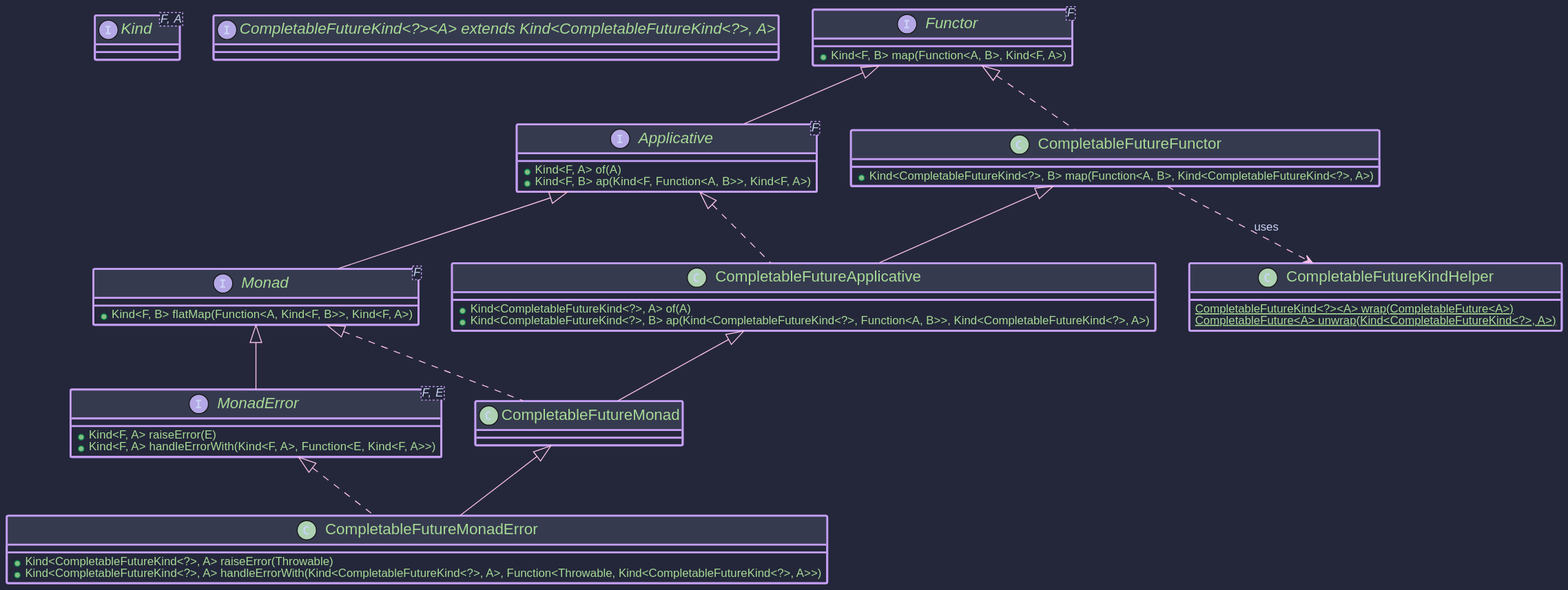
Earlier version of the PlantUML export hkj-book/src/images/puml/cf_monad.svg (higher-kinded-j/higher-kinded-j). Source of this version:
```plantuml
@startuml
!include https://raw.githubusercontent.com/ncosta-ic/catppuccin-macchiato-plantuml-theme/main/theme.puml

!define CFKind CompletableFutureKind<?>

interface Kind<F, A>
interface "CFKind<A> extends Kind<CFKind, A>"

interface Functor<F> {
  + Kind<F, B> map(Function<A, B>, Kind<F, A>)
}
interface Applicative<F> extends Functor<F> {
  + Kind<F, A> of(A)
  + Kind<F, B> ap(Kind<F, Function<A, B>>, Kind<F, A>)
}
interface Monad<F> extends Applicative<F> {
  + Kind<F, B> flatMap(Function<A, Kind<F, B>>, Kind<F, A>)
}
interface MonadError<F, E> extends Monad<F> {
  + Kind<F, A> raiseError(E)
  + Kind<F, A> handleErrorWith(Kind<F, A>, Function<E, Kind<F, A>>)
}

class CompletableFutureKindHelper {
 {static} CFKind<A> wrap(CompletableFuture<A>)
 {static} CompletableFuture<A> unwrap(Kind<CFKind, A>)
}

class CompletableFutureFunctor implements Functor<CFKind> {
 + Kind<CFKind, B> map(Function<A, B>, Kind<CFKind, A>)
}
CompletableFutureFunctor ..> CompletableFutureKindHelper : uses

class CompletableFutureApplicative extends CompletableFutureFunctor implements Applicative<CFKind> {
  + Kind<CFKind, A> of(A)
  + Kind<CFKind, B> ap(Kind<CFKind, Function<A, B>>, Kind<CFKind, A>)
}

class CompletableFutureMonad extends CompletableFutureApplicative implements Monad<CFKind> {
}

class CompletableFutureMonadError extends CompletableFutureMonad implements MonadError<CFKind, Throwable> {
  + Kind<CFKind, A> raiseError(Throwable)
  + Kind<CFKind, A> handleErrorWith(Kind<CFKind, A>, Function<Throwable, Kind<CFKind, A>>)
}
@enduml
```
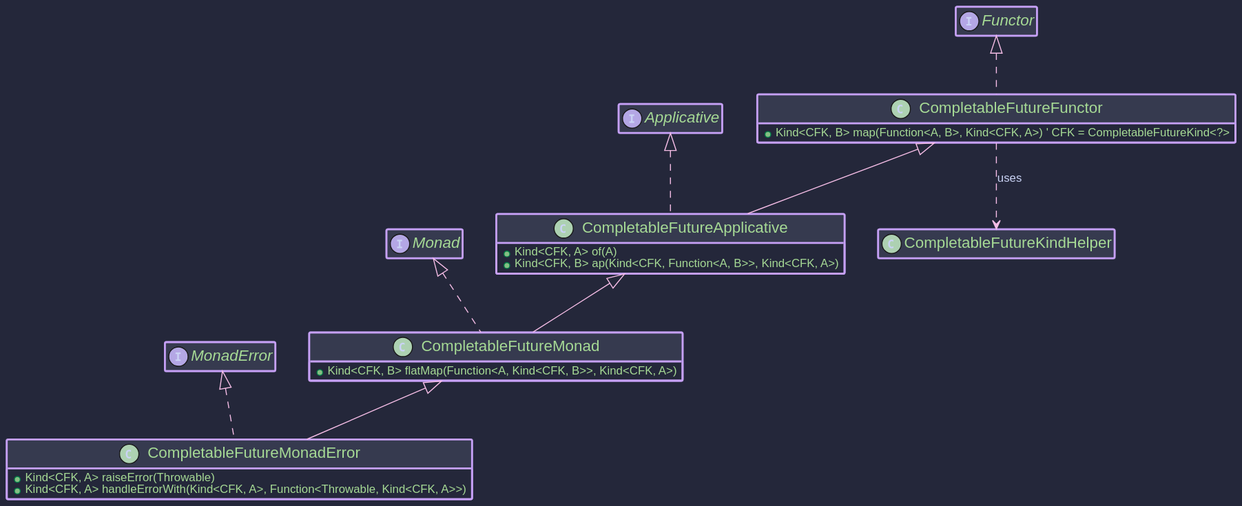
After the commit.

Diff of the diagram source:
```diff
@@ -1,46 +1,25 @@
 @startuml
 !include https://raw.githubusercontent.com/ncosta-ic/catppuccin-macchiato-plantuml-theme/main/theme.puml
+hide empty members
 
-!define CFKind CompletableFutureKind<?>
+class CompletableFutureKindHelper {}
 
-interface Kind<F, A>
-interface "CFKind<A> extends Kind<CFKind, A>"
-
-interface Functor<F> {
-  + Kind<F, B> map(Function<A, B>, Kind<F, A>)
-}
-interface Applicative<F> extends Functor<F> {
-  + Kind<F, A> of(A)
-  + Kind<F, B> ap(Kind<F, Function<A, B>>, Kind<F, A>)
-}
-interface Monad<F> extends Applicative<F> {
-  + Kind<F, B> flatMap(Function<A, Kind<F, B>>, Kind<F, A>)
-}
-interface MonadError<F, E> extends Monad<F> {
-  + Kind<F, A> raiseError(E)
-  + Kind<F, A> handleErrorWith(Kind<F, A>, Function<E, Kind<F, A>>)
-}
-
-class CompletableFutureKindHelper {
- {static} CFKind<A> wrap(CompletableFuture<A>)
- {static} CompletableFuture<A> unwrap(Kind<CFKind, A>)
-}
-
-class CompletableFutureFunctor implements Functor<CFKind> {
- + Kind<CFKind, B> map(Function<A, B>, Kind<CFKind, A>)
+class CompletableFutureFunctor implements Functor<CompletableFutureKind<?>> {
+ + Kind<CFK, B> map(Function<A, B>, Kind<CFK, A>) ' CFK = CompletableFutureKind<?>
 }
 CompletableFutureFunctor ..> CompletableFutureKindHelper : uses
 
-class CompletableFutureApplicative extends CompletableFutureFunctor implements Applicative<CFKind> {
-  + Kind<CFKind, A> of(A)
-  + Kind<CFKind, B> ap(Kind<CFKind, Function<A, B>>, Kind<CFKind, A>)
+class CompletableFutureApplicative extends CompletableFutureFunctor implements Applicative<CompletableFutureKind.Witness> {
+  + Kind<CFK, A> of(A)
+  + Kind<CFK, B> ap(Kind<CFK, Function<A, B>>, Kind<CFK, A>)
 }
 
-class CompletableFutureMonad extends CompletableFutureApplicative implements Monad<CFKind> {
+class CompletableFutureMonad extends CompletableFutureApplicative implements Monad<CompletableFutureKind<?>> {
+ + Kind<CFK, B> flatMap(Function<A, Kind<CFK, B>>, Kind<CFK, A>)
 }
 
-class CompletableFutureMonadError extends CompletableFutureMonad implements MonadError<CFKind, Throwable> {
-  + Kind<CFKind, A> raiseError(Throwable)
-  + Kind<CFKind, A> handleErrorWith(Kind<CFKind, A>, Function<Throwable, Kind<CFKind, A>>)
+class CompletableFutureMonadError extends CompletableFutureMonad implements MonadError<CompletableFutureKind.Witness, Throwable> {
+  + Kind<CFK, A> raiseError(Throwable)
+  + Kind<CFK, A> handleErrorWith(Kind<CFK, A>, Function<Throwable, Kind<CFK, A>>)
 }
 @enduml
```
